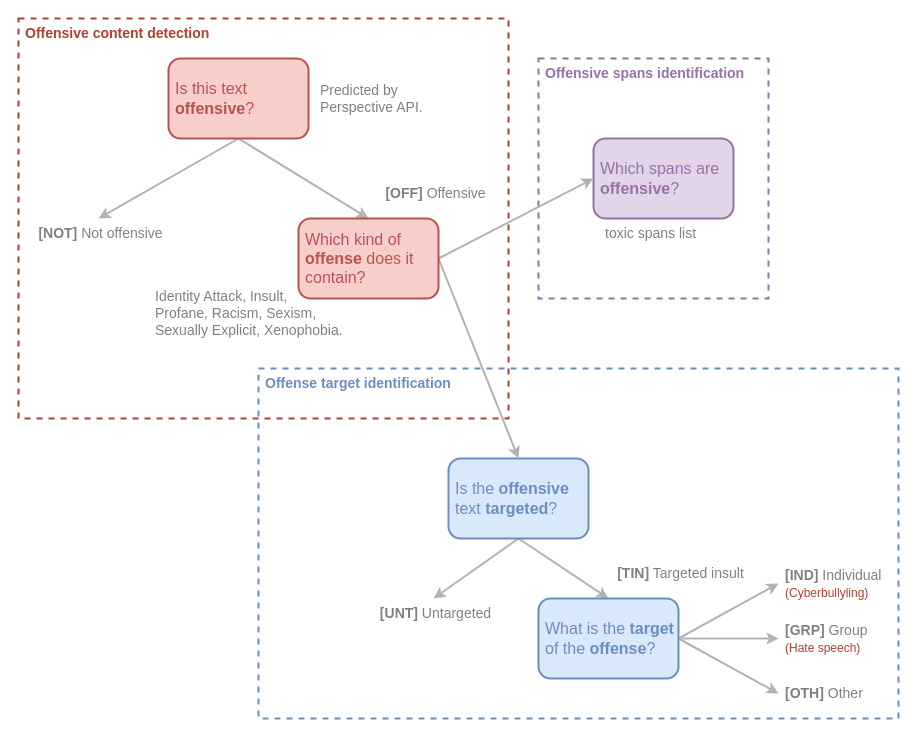
This is page "hierarchical_levels2" (4 of 6) of docs/diagrams/diagrams.drawio from DougTrajano/ToChiquinho, a draw.io file, before an edit. Source tidied: cells renumbered, new cells numbered last; positions are measured from the earlier drawing's top-left corner, leaving out a move shared by most shapes. Both pictures are drawn from the tidied source at 100%, with x=0, y=0 at pixel (18, 18).
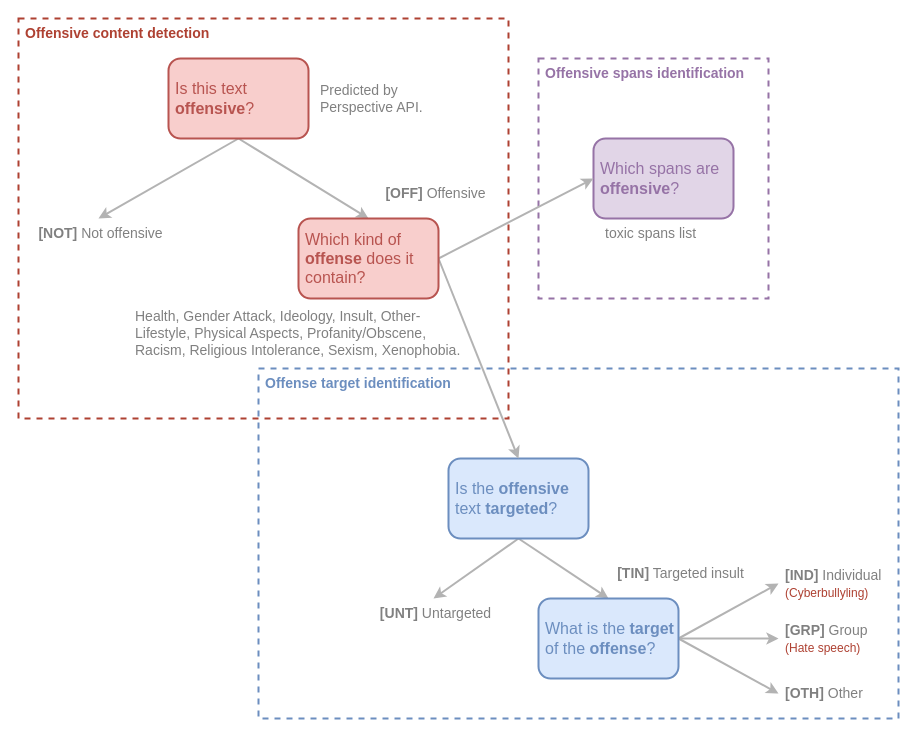
The same page after the edit.

The edit, as a diff of the source:
```diff
@@
-    <mxCell id="26" value="&lt;font color=&quot;#808080&quot;&gt;Identity Attack, Insult,&lt;br&gt;Profane, Racism, Sexism,&lt;br&gt;Sexually Explicit, Xenophobia.&lt;/font&gt;" style="text;html=1;strokeColor=none;fillColor=none;align=left;verticalAlign=middle;whiteSpace=wrap;rounded=0;fontSize=14;fontColor=#6C8EBF;spacingLeft=5;fontStyle=0;" parent="1" vertex="1">
-      <mxGeometry x="130" y="260" width="280" height="70" as="geometry" />
+    <mxCell id="26" value="&lt;font color=&quot;#808080&quot;&gt;Health, Gender Attack, Ideology, Insult, Other-Lifestyle, Physical Aspects, Profanity/Obscene, Racism, Religious Intolerance, Sexism, Xenophobia.&lt;/font&gt;" style="text;html=1;strokeColor=none;fillColor=none;align=left;verticalAlign=middle;whiteSpace=wrap;rounded=0;fontSize=14;fontColor=#6C8EBF;spacingLeft=5;fontStyle=0;" parent="1" vertex="1">
+      <mxGeometry x="110" y="280" width="345" height="70" as="geometry" />
     </mxCell>
```
